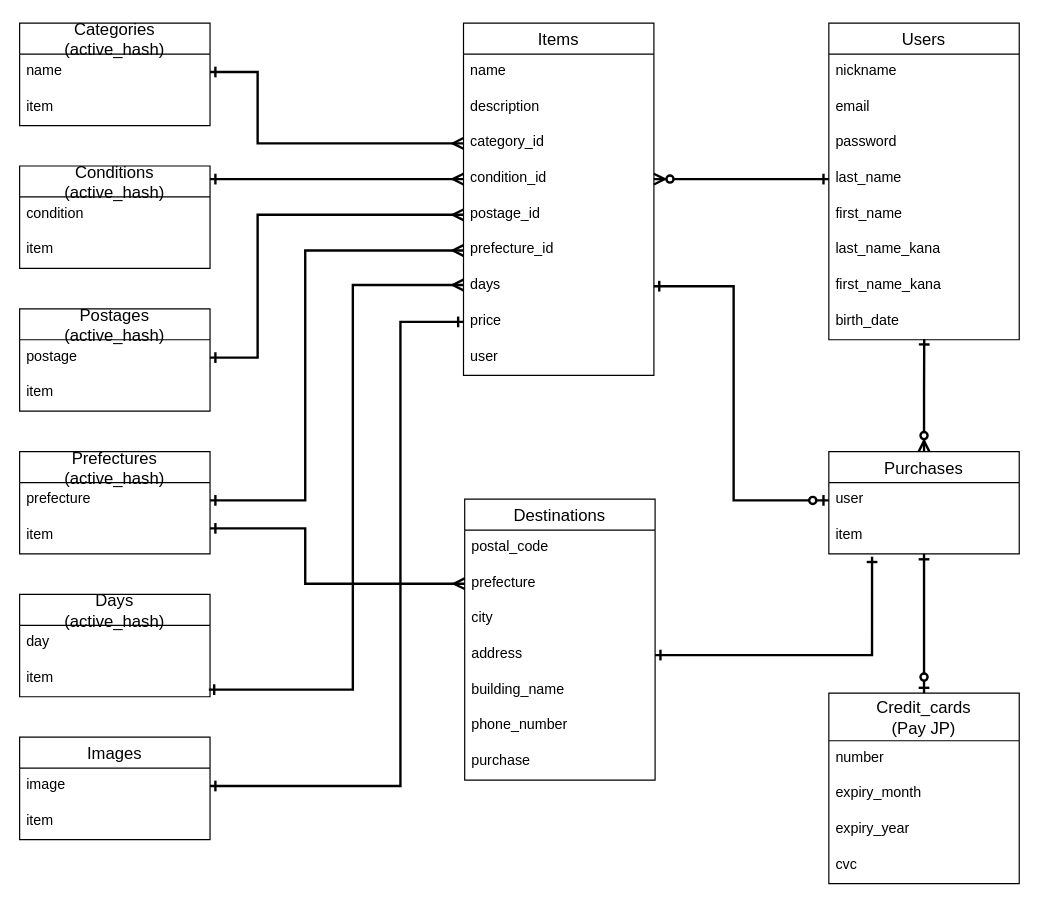
Earlier version of the draw.io diagram entity_relationship.dio (amu1016/furima-36223). Source tidied: cells renumbered, new cells numbered last; positions are measured from the earlier drawing's top-left corner, leaving out a move shared by most shapes. Both pictures are drawn from the tidied source at 119%, with x=0, y=0 at pixel (19, 23).
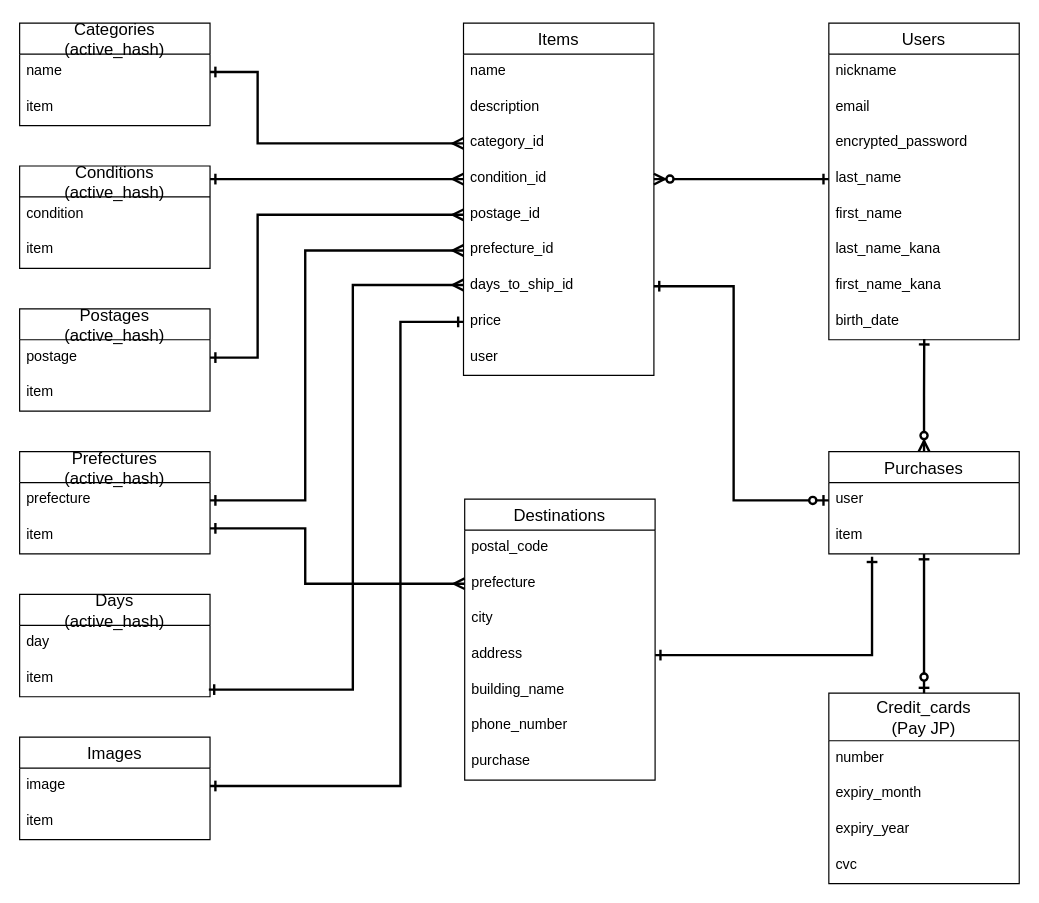
The same diagram, later.

Commit message (it also covers changes not shown here):
passwordカラム名変更

Unchanged cells that the change refers to:
```xml
<mxCell id="2" value="Users" style="swimlane;fontStyle=0;horizontal=1;startSize=26;align=center;fontSize=14;" parent="1" vertex="1">
  <mxGeometry x="680" width="160" height="266" as="geometry" />
</mxCell>
<mxCell id="11" value="Items" style="swimlane;fontStyle=0;horizontal=1;startSize=26;align=center;fontSize=14;" parent="1" vertex="1">
  <mxGeometry x="373" width="160" height="296" as="geometry" />
</mxCell>
```

Diff of the diagram source:
```diff
@@
-    <mxCell id="5" value="password" style="text;strokeColor=none;fillColor=none;spacingLeft=4;spacingRight=4;overflow=hidden;fontSize=12;" parent="2" vertex="1">
+    <mxCell id="5" value="encrypted_password" style="text;strokeColor=none;fillColor=none;spacingLeft=4;spacingRight=4;overflow=hidden;fontSize=12;" parent="2" vertex="1">
       <mxGeometry y="86" width="160" height="30" as="geometry" />
     </mxCell>
@@
-    <mxCell id="18" value="days" style="text;strokeColor=none;fillColor=none;spacingLeft=4;spacingRight=4;overflow=hidden;points=[[0,0.5],[1,0.5]];portConstraint=eastwest;fontSize=12;" parent="11" vertex="1">
+    <mxCell id="18" value="days_to_ship_id" style="text;strokeColor=none;fillColor=none;spacingLeft=4;spacingRight=4;overflow=hidden;points=[[0,0.5],[1,0.5]];portConstraint=eastwest;fontSize=12;" parent="11" vertex="1">
       <mxGeometry y="206" width="160" height="30" as="geometry" />
     </mxCell>
```
